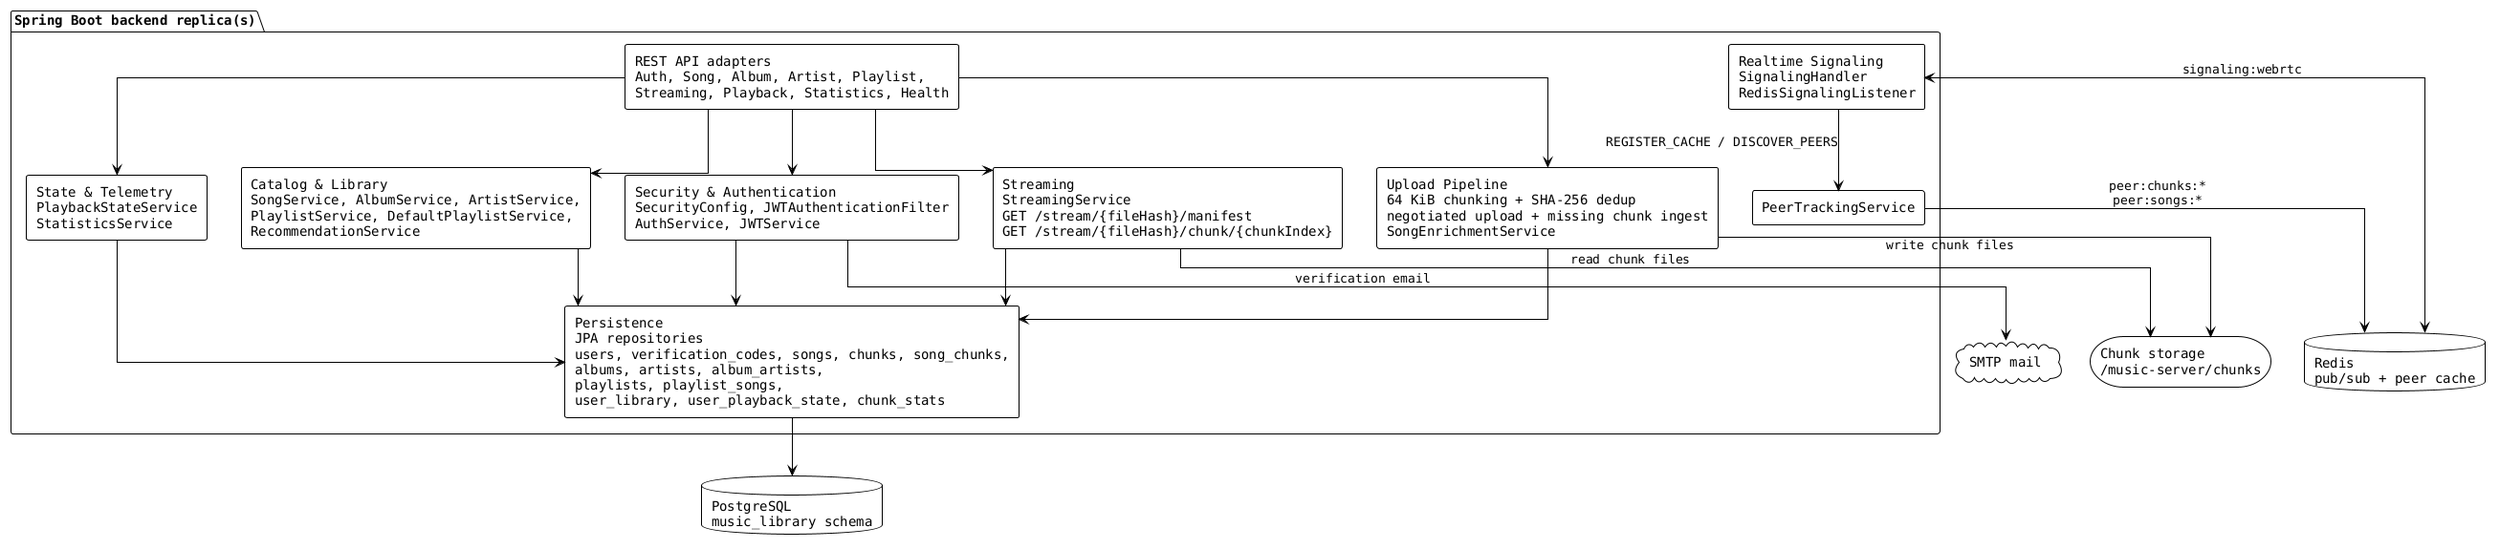
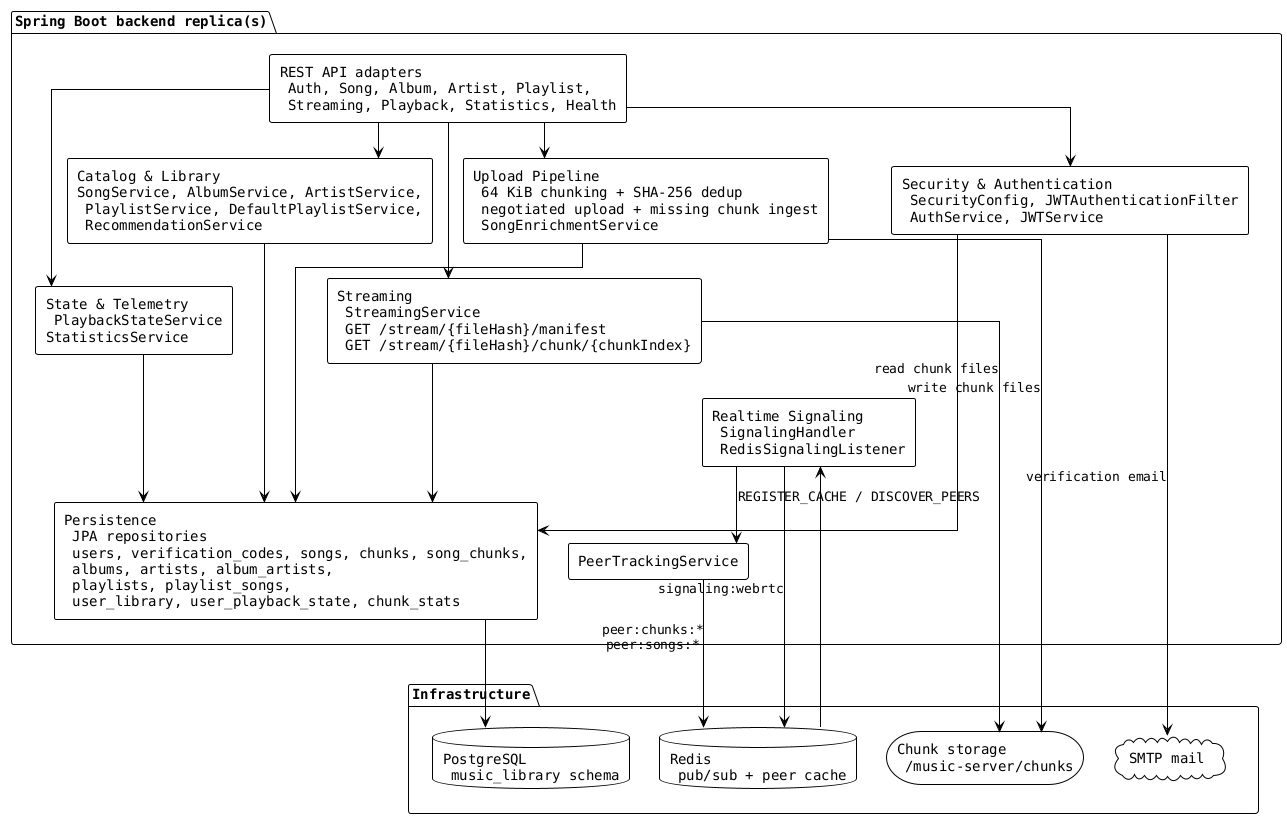
@startuml backend_architecture
!theme plain
skinparam componentStyle rectangle
skinparam linetype ortho
skinparam defaultFontName monospaced
+ skinparam nodesep 30
+ skinparam ranksep 35
+ top to bottom direction

- package "Spring Boot backend replica(s)" {
-   [REST API adapters\nAuth, Song, Album, Artist, Playlist,\nStreaming, Playback, Statistics, Health] as api
+ package "Spring Boot backend replica(s)" as backend {
+   [REST API adapters\n Auth, Song, Album, Artist, Playlist,\n Streaming, Playback, Statistics, Health] as api

-   [Security & Authentication\nSecurityConfig, JWTAuthenticationFilter\nAuthService, JWTService] as auth
+   [Security & Authentication\n SecurityConfig, JWTAuthenticationFilter\n AuthService, JWTService] as auth

-   [Catalog & Library\nSongService, AlbumService, ArtistService,\nPlaylistService, DefaultPlaylistService,\nRecommendationService] as catalog
+   [Catalog & Library\nSongService, AlbumService, ArtistService,\n PlaylistService, DefaultPlaylistService,\n RecommendationService] as catalog

-   [Upload Pipeline\n64 KiB chunking + SHA-256 dedup\nnegotiated upload + missing chunk ingest\nSongEnrichmentService] as upload
+   [Upload Pipeline\n 64 KiB chunking + SHA-256 dedup\n negotiated upload + missing chunk ingest\n SongEnrichmentService] as upload

-   [Streaming\nStreamingService\nGET /stream/{fileHash}/manifest\nGET /stream/{fileHash}/chunk/{chunkIndex}] as streaming
+   [Streaming\n StreamingService\n GET /stream/{fileHash}/manifest\n GET /stream/{fileHash}/chunk/{chunkIndex}] as streaming

-   [State & Telemetry\nPlaybackStateService\nStatisticsService] as userState
+   [State & Telemetry\n PlaybackStateService\nStatisticsService] as userState

-   [Realtime Signaling\nSignalingHandler\nRedisSignalingListener] as signaling
+   [Realtime Signaling\n SignalingHandler\n RedisSignalingListener] as signaling

  [PeerTrackingService] as peerTracking

-   [Persistence\nJPA repositories\nusers, verification_codes, songs, chunks, song_chunks,\nalbums, artists, album_artists,\nplaylists, playlist_songs,\nuser_library, user_playback_state, chunk_stats] as repos
+   [Persistence\n JPA repositories\n users, verification_codes, songs, chunks, song_chunks,\n albums, artists, album_artists,\n playlists, playlist_songs,\n user_library, user_playback_state, chunk_stats] as repos
+ 
+   api -[hidden]down-> catalog
+   auth -[hidden]right-> catalog
+   catalog -[hidden]right-> upload
+   catalog -[hidden]down-> streaming
+   streaming -[hidden]right-> userState
+   streaming -[hidden]down-> signaling
+   signaling -[hidden]right-> peerTracking
+   signaling -[hidden]down-> repos
}

- database "PostgreSQL\nmusic_library schema" as postgres
- database "Redis\npub/sub + peer cache" as redis
- storage "Chunk storage\n~/music-server/chunks" as fs
- cloud "SMTP mail" as mail
+ package "Infrastructure" as infra {
+   database "PostgreSQL\n music_library schema" as postgres
+   database "Redis\n pub/sub + peer cache" as redis
+   storage "Chunk storage\n ~/music-server/chunks" as fs
+   cloud "SMTP mail" as mail
+ 
+   postgres -[hidden]right-> redis
+   redis -[hidden]right-> fs
+   fs -[hidden]right-> mail
+ }
+ 
+ backend -[hidden]down-> infra

api --> auth
api --> catalog
api --> upload
api --> streaming
api --> userState

auth     --> repos
catalog  --> repos
upload   --> repos
streaming --> repos
userState --> repos

- auth     --> mail : verification email
- upload   --> fs   : write chunk files
- streaming --> fs  : read chunk files
+ auth     -down-> mail : verification email
+ upload   -down-> fs   : write chunk files
+ streaming -down-> fs  : read chunk files

signaling --> peerTracking : REGISTER_CACHE / DISCOVER_PEERS
- signaling <--> redis : signaling:webrtc
- peerTracking --> redis : peer:chunks:*\npeer:songs:*
+ signaling -down-> redis : signaling:webrtc
+ redis -up-> signaling
+ peerTracking -down-> redis : peer:chunks:*\npeer:songs:*

- repos --> postgres
+ repos -down-> postgres

@enduml
